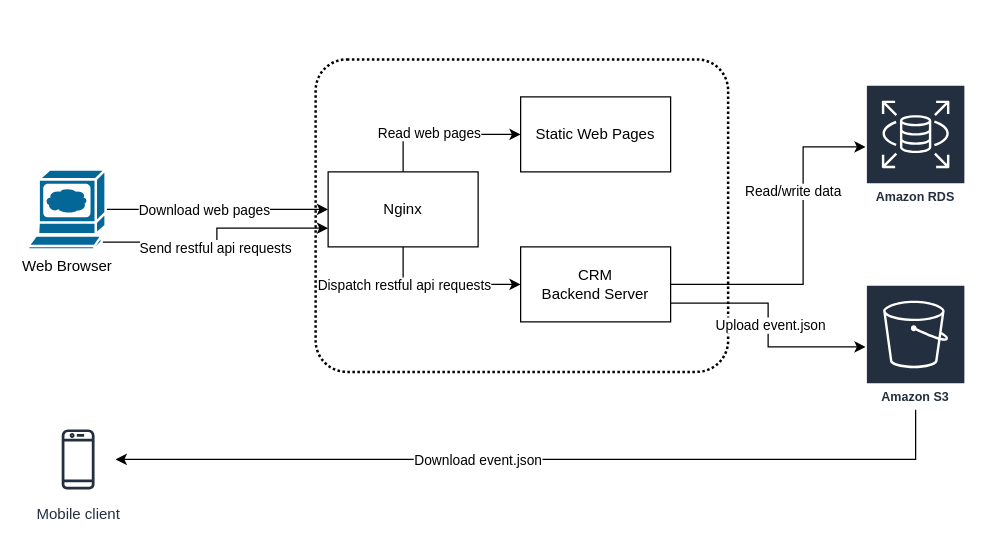
Before: page "BE架构" (1 of 2) of test.drawio in yaohuiwu/SimpleFS, a draw.io diagram. Source tidied: cells renumbered, new cells numbered last; positions are measured from the earlier drawing's top-left corner, leaving out a move shared by most shapes. Both pictures are drawn from the tidied source at 125%, with x=0, y=0 at pixel (28, 59).
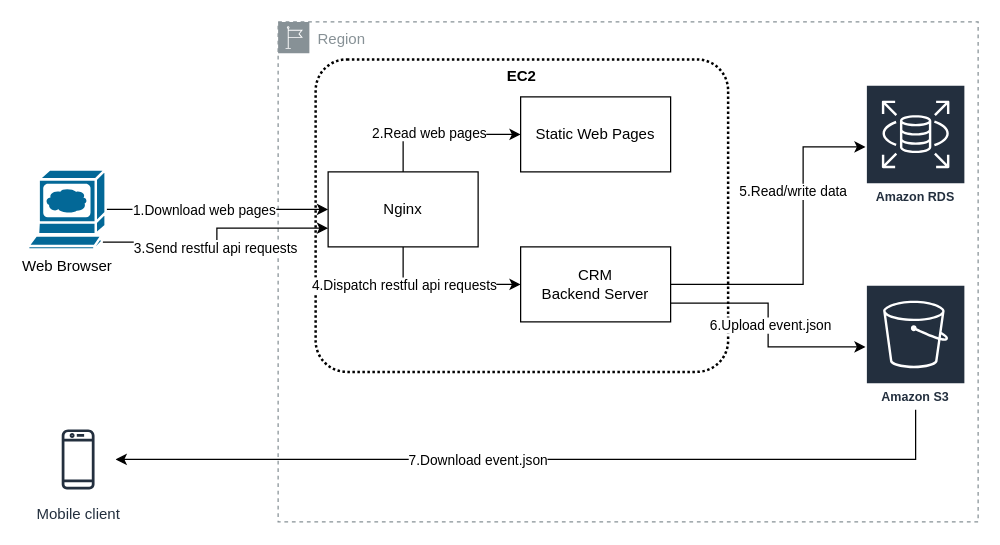
The same diagram, later.

Unchanged cells that the change refers to:
```xml
<mxCell id="2" style="edgeStyle=orthogonalEdgeStyle;rounded=0;jettySize=auto;html=1;exitX=1;exitY=0.5;exitDx=0;exitDy=0;exitPerimeter=0;entryX=0;entryY=0.5;entryDx=0;entryDy=0;" parent="1" edge="1" source="6" target="12">
  <mxGeometry relative="1" as="geometry" />
</mxCell>
<mxCell id="4" style="edgeStyle=orthogonalEdgeStyle;rounded=0;jettySize=auto;html=1;exitX=0.95;exitY=0.91;exitDx=0;exitDy=0;exitPerimeter=0;entryX=0;entryY=0.75;entryDx=0;entryDy=0;" parent="1" edge="1" source="6" target="12">
  <mxGeometry relative="1" as="geometry" />
</mxCell>
<mxCell id="8" style="edgeStyle=orthogonalEdgeStyle;rounded=0;jettySize=auto;html=1;exitX=0.5;exitY=0;exitDx=0;exitDy=0;" parent="1" edge="1" source="12" target="13">
  <mxGeometry relative="1" as="geometry" />
</mxCell>
<mxCell id="10" style="edgeStyle=orthogonalEdgeStyle;rounded=0;jettySize=auto;html=1;exitX=0.5;exitY=1;exitDx=0;exitDy=0;" parent="1" edge="1" source="12" target="20">
  <mxGeometry relative="1" as="geometry" />
</mxCell>
<mxCell id="14" style="edgeStyle=orthogonalEdgeStyle;rounded=0;jettySize=auto;html=1;exitX=1;exitY=0.5;exitDx=0;exitDy=0;" parent="1" edge="1" source="20" target="21">
  <mxGeometry relative="1" as="geometry">
    <Array as="points">
      <mxPoint x="620" y="180" />
      <mxPoint x="620" y="70" />
    </Array>
  </mxGeometry>
</mxCell>
<mxCell id="16" style="edgeStyle=orthogonalEdgeStyle;rounded=0;jettySize=auto;html=1;exitX=1;exitY=0.75;exitDx=0;exitDy=0;" parent="1" edge="1" source="20" target="22">
  <mxGeometry relative="1" as="geometry" />
</mxCell>
<mxCell id="18" style="edgeStyle=orthogonalEdgeStyle;rounded=0;jettySize=auto;html=1;" parent="1" edge="1" source="22" target="23">
  <mxGeometry relative="1" as="geometry">
    <Array as="points">
      <mxPoint x="710" y="320" />
    </Array>
  </mxGeometry>
</mxCell>
```

The edit, as a diff of the source:
```diff
@@
+    <mxCell id="24" value="Region" style="sketch=0;gradientColor=none;html=1;whiteSpace=wrap;fontSize=12;fontStyle=0;shape=mxgraph.aws4.group;grIcon=mxgraph.aws4.group_region;strokeColor=#879196;fillColor=none;verticalAlign=top;align=left;spacingLeft=30;fontColor=#879196;dashed=1;" parent="1" vertex="1">
+      <mxGeometry x="200" y="-30" width="560" height="400" as="geometry" />
+    </mxCell>
@@
-    <mxCell id="3" value="Download web pages" style="edgeLabel;html=1;align=center;verticalAlign=middle;" parent="2" vertex="1">
+    <mxCell id="3" value="1.Download web pages" style="edgeLabel;html=1;align=center;verticalAlign=middle;" parent="2" vertex="1">
       <mxGeometry x="-0.38" relative="1" as="geometry">
         <mxPoint x="23" as="offset" />
       </mxGeometry>
     </mxCell>
@@
-    <mxCell id="5" value="Send restful api requests" style="edgeLabel;html=1;align=center;verticalAlign=middle;" parent="4" vertex="1">
+    <mxCell id="5" value="3.Send restful api requests" style="edgeLabel;html=1;align=center;verticalAlign=middle;" parent="4" vertex="1">
       <mxGeometry x="-0.43" relative="1" as="geometry">
         <mxPoint x="36" y="4" as="offset" />
       </mxGeometry>
     </mxCell>
@@
-    <mxCell id="7" style="rounded=1;arcSize=10;dashed=1;fillColor=none;gradientColor=none;dashPattern=1 1;strokeWidth=2;" parent="1" vertex="1">
+    <mxCell id="7" value="EC2" style="rounded=1;arcSize=10;dashed=1;fillColor=none;gradientColor=none;dashPattern=1 1;strokeWidth=2;verticalAlign=top;fontStyle=1;" parent="1" vertex="1">
       <mxGeometry x="230" width="330" height="250" as="geometry" />
     </mxCell>
@@
-    <mxCell id="9" value="Read web pages" style="edgeLabel;html=1;align=center;verticalAlign=middle;" parent="8" vertex="1">
+    <mxCell id="9" value="2.Read web pages" style="edgeLabel;html=1;align=center;verticalAlign=middle;" parent="8" vertex="1">
       <mxGeometry x="0.16" y="2" relative="1" as="geometry">
         <mxPoint x="-22" as="offset" />
       </mxGeometry>
     </mxCell>
@@
-    <mxCell id="11" value="Dispatch restful api requests" style="edgeLabel;html=1;align=center;verticalAlign=middle;" parent="10" vertex="1">
+    <mxCell id="11" value="4.Dispatch restful api requests" style="edgeLabel;html=1;align=center;verticalAlign=middle;" parent="10" vertex="1">
       <mxGeometry x="-0.02" y="1" relative="1" as="geometry">
         <mxPoint x="-31" y="1" as="offset" />
       </mxGeometry>
     </mxCell>
@@
-    <mxCell id="15" value="Read/write data" style="edgeLabel;html=1;align=center;verticalAlign=middle;" parent="14" vertex="1">
+    <mxCell id="15" value="5.Read/write data" style="edgeLabel;html=1;align=center;verticalAlign=middle;" parent="14" vertex="1">
       <mxGeometry x="0.45" relative="1" as="geometry">
         <mxPoint x="-9" y="12" as="offset" />
       </mxGeometry>
     </mxCell>
@@
-    <mxCell id="17" value="Upload event.json" style="edgeLabel;html=1;align=center;verticalAlign=middle;" parent="16" vertex="1">
+    <mxCell id="17" value="6.Upload event.json" style="edgeLabel;html=1;align=center;verticalAlign=middle;" parent="16" vertex="1">
       <mxGeometry x="-0.01" y="1" relative="1" as="geometry" />
     </mxCell>
@@
-    <mxCell id="19" value="Download event.json" style="edgeLabel;html=1;align=center;verticalAlign=middle;" parent="18" vertex="1">
+    <mxCell id="19" value="7.Download event.json" style="edgeLabel;html=1;align=center;verticalAlign=middle;" parent="18" vertex="1">
       <mxGeometry x="0.15" relative="1" as="geometry" />
     </mxCell>
```
